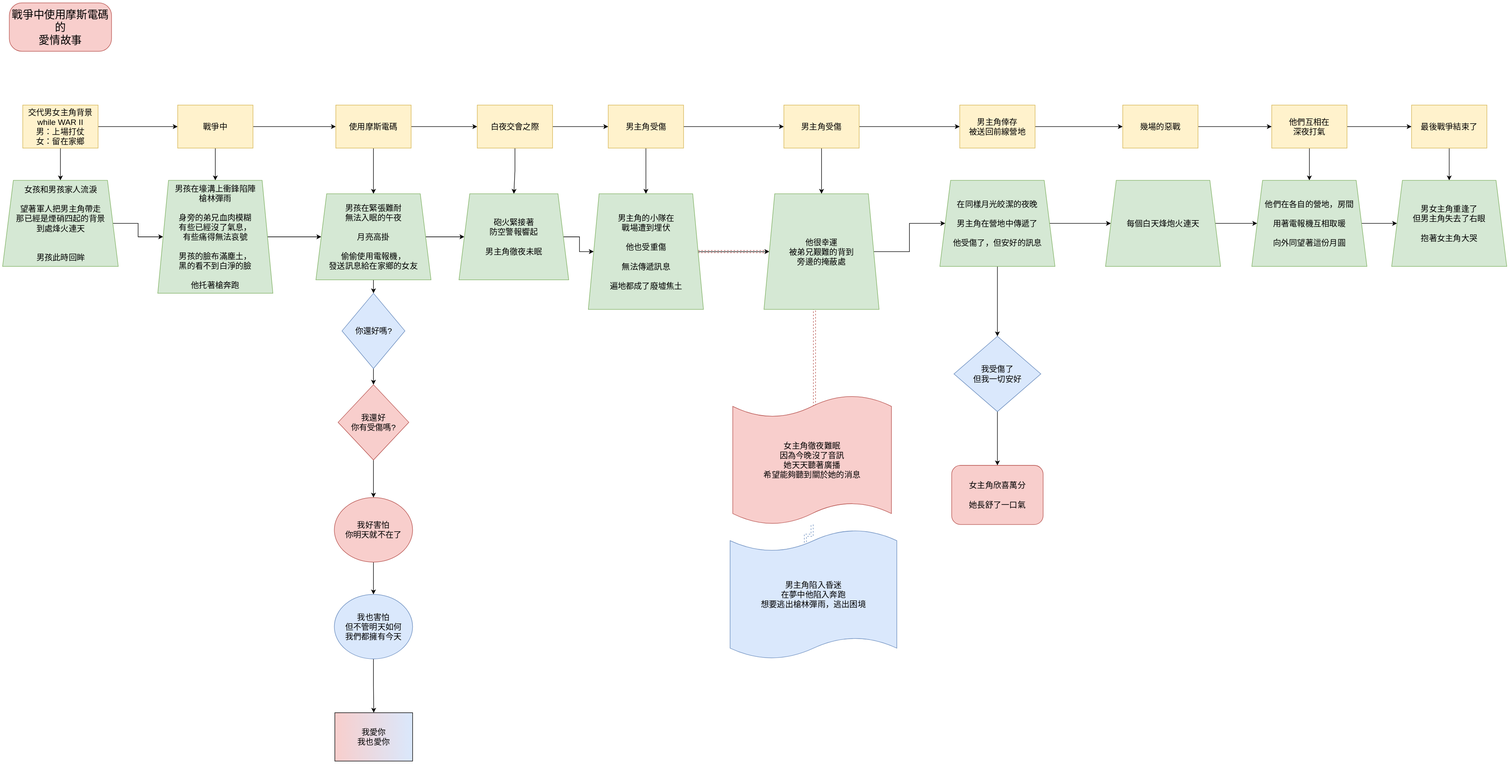
This is docs/class/wen/Story/embed.svg from bridgerhung/wiki_NYUST, a draw.io export, as it was before one commit. Source tidied: cells renumbered, new cells last; positions are measured from the earlier drawing's top-left corner, leaving out a move shared by most shapes.
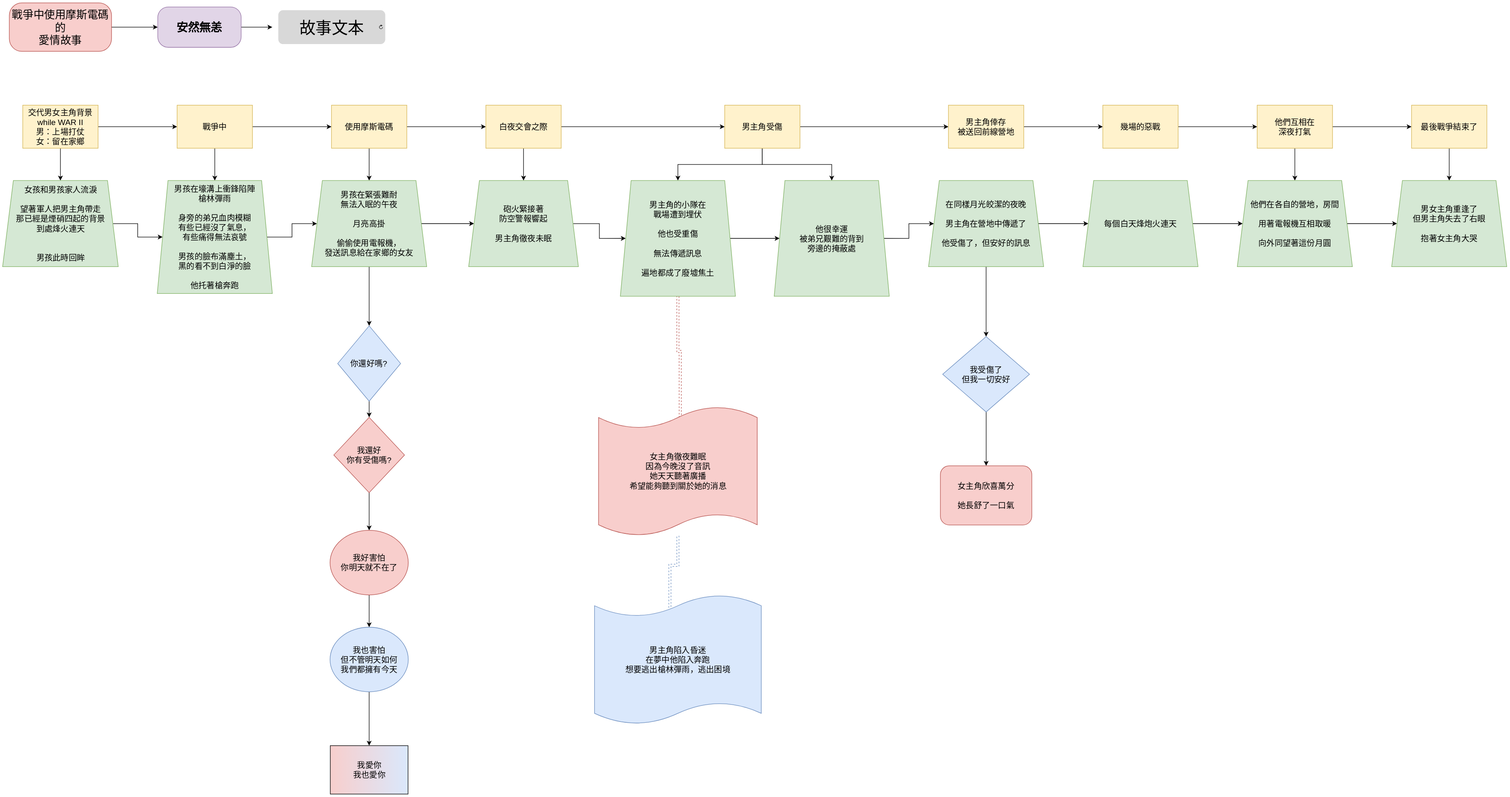
After the commit.

Diff of the diagram source:
```diff
@@ -2,6 +2,9 @@
   <root>
     <mxCell id="0" />
     <mxCell id="1" parent="0" />
+    <mxCell id="67" style="edgeStyle=orthogonalEdgeStyle;rounded=0;jettySize=auto;html=1;" parent="1" edge="1" source="2" target="71">
+      <mxGeometry relative="1" as="geometry" />
+    </mxCell>
     <mxCell id="2" value="&lt;font style=&quot;font-size: 20px;&quot;&gt;戰爭中使用摩斯電碼的&lt;br&gt;愛情故事&lt;/font&gt;" style="rounded=1;whiteSpace=wrap;html=1;fillColor=#f8cecc;strokeColor=#b85450;arcSize=26;" parent="1" vertex="1">
       <mxGeometry x="12" width="190" height="90" as="geometry" />
     </mxCell>
@@ -27,13 +30,13 @@
       <mxGeometry relative="1" as="geometry" />
     </mxCell>
     <mxCell id="10" value="戰爭中" style="rounded=0;whiteSpace=wrap;html=1;fillColor=#fff2cc;strokeColor=#d6b656;fontSize=15;" parent="1" vertex="1">
-      <mxGeometry x="325" y="190" width="140" height="80" as="geometry" />
+      <mxGeometry x="324" y="190" width="140" height="80" as="geometry" />
     </mxCell>
     <mxCell id="11" style="edgeStyle=orthogonalEdgeStyle;rounded=0;jettySize=auto;html=1;" parent="1" edge="1" source="12" target="18">
       <mxGeometry relative="1" as="geometry" />
     </mxCell>
     <mxCell id="12" value="男孩在壕溝上衝鋒陷陣&lt;br style=&quot;border-color: var(--border-color);&quot;&gt;槍林彈雨&lt;br&gt;&lt;br&gt;身旁的弟兄血肉模糊&lt;br&gt;有些已經沒了氣息，&lt;br&gt;有些痛得無法哀號&lt;br&gt;&lt;br&gt;男孩的臉布滿塵土，&lt;br&gt;黑的看不到白淨的臉&lt;br&gt;&lt;br&gt;他托著槍奔跑" style="shape=trapezoid;perimeter=trapezoidPerimeter;whiteSpace=wrap;html=1;fixedSize=1;fontSize=15;fillColor=#d5e8d4;strokeColor=#82b366;rounded=0;" parent="1" vertex="1">
-      <mxGeometry x="288" y="330" width="214" height="210" as="geometry" />
+      <mxGeometry x="287" y="330" width="214" height="210" as="geometry" />
     </mxCell>
     <mxCell id="13" style="edgeStyle=orthogonalEdgeStyle;rounded=0;jettySize=auto;html=1;entryX=0.5;entryY=0;entryDx=0;entryDy=0;" parent="1" edge="1" source="15" target="18">
       <mxGeometry relative="1" as="geometry" />
@@ -42,7 +45,7 @@
       <mxGeometry relative="1" as="geometry" />
     </mxCell>
     <mxCell id="15" value="使用摩斯電碼" style="rounded=0;whiteSpace=wrap;html=1;fillColor=#fff2cc;strokeColor=#d6b656;fontSize=15;" parent="1" vertex="1">
-      <mxGeometry x="619" y="190" width="140" height="80" as="geometry" />
+      <mxGeometry x="611" y="190" width="140" height="80" as="geometry" />
     </mxCell>
     <mxCell id="16" style="edgeStyle=orthogonalEdgeStyle;rounded=0;jettySize=auto;html=1;" parent="1" edge="1" source="18" target="20">
       <mxGeometry relative="1" as="geometry" />
@@ -51,43 +54,46 @@
       <mxGeometry relative="1" as="geometry" />
     </mxCell>
     <mxCell id="18" value="男孩在緊張難耐&lt;br&gt;無法入眠的午夜&lt;br&gt;&lt;br&gt;月亮高掛&lt;br&gt;&lt;br&gt;偷偷使用電報機，&lt;br&gt;發送訊息給在家鄉的女友" style="shape=trapezoid;perimeter=trapezoidPerimeter;whiteSpace=wrap;html=1;fixedSize=1;fontSize=15;fillColor=#d5e8d4;strokeColor=#82b366;rounded=0;" parent="1" vertex="1">
-      <mxGeometry x="582" y="355" width="214" height="160" as="geometry" />
+      <mxGeometry x="574" y="330" width="214" height="160" as="geometry" />
     </mxCell>
     <mxCell id="19" style="edgeStyle=orthogonalEdgeStyle;rounded=0;jettySize=auto;html=1;" parent="1" edge="1" source="20" target="22">
       <mxGeometry relative="1" as="geometry" />
     </mxCell>
     <mxCell id="20" value="你還好嗎?" style="rhombus;whiteSpace=wrap;html=1;fontSize=15;fillColor=#dae8fc;strokeColor=#6c8ebf;rounded=0;" parent="1" vertex="1">
-      <mxGeometry x="630.5" y="540" width="117" height="140" as="geometry" />
+      <mxGeometry x="622.5" y="600" width="117" height="140" as="geometry" />
     </mxCell>
     <mxCell id="21" style="edgeStyle=orthogonalEdgeStyle;rounded=0;jettySize=auto;html=1;entryX=0.5;entryY=0;entryDx=0;entryDy=0;" parent="1" edge="1" source="22" target="24">
       <mxGeometry relative="1" as="geometry" />
     </mxCell>
     <mxCell id="22" value="我還好&lt;br&gt;你有受傷嗎?" style="rhombus;whiteSpace=wrap;html=1;fontSize=15;fillColor=#f8cecc;strokeColor=#b85450;rounded=0;" parent="1" vertex="1">
-      <mxGeometry x="623.2" y="710" width="131.5" height="140" as="geometry" />
+      <mxGeometry x="615.2" y="770" width="131.5" height="140" as="geometry" />
     </mxCell>
     <mxCell id="23" style="edgeStyle=orthogonalEdgeStyle;rounded=0;jettySize=auto;html=1;" parent="1" edge="1" source="24" target="26">
       <mxGeometry relative="1" as="geometry" />
     </mxCell>
     <mxCell id="24" value="我好害怕&lt;br&gt;你明天就不在了" style="ellipse;whiteSpace=wrap;html=1;fontSize=15;fillColor=#f8cecc;strokeColor=#b85450;rounded=0;" parent="1" vertex="1">
-      <mxGeometry x="616.2" y="920" width="145.5" height="120" as="geometry" />
+      <mxGeometry x="608.2" y="980" width="145.5" height="120" as="geometry" />
     </mxCell>
     <mxCell id="25" style="edgeStyle=orthogonalEdgeStyle;rounded=0;jettySize=auto;html=1;" parent="1" edge="1" source="26" target="27">
       <mxGeometry relative="1" as="geometry" />
     </mxCell>
     <mxCell id="26" value="我也害怕&lt;br&gt;但不管明天如何&lt;br&gt;我們都擁有今天" style="ellipse;whiteSpace=wrap;html=1;fontSize=15;fillColor=#dae8fc;strokeColor=#6c8ebf;rounded=0;" parent="1" vertex="1">
-      <mxGeometry x="616.2" y="1100" width="145.5" height="120" as="geometry" />
+      <mxGeometry x="608.2" y="1160" width="145.5" height="120" as="geometry" />
     </mxCell>
     <mxCell id="27" value="我愛你&lt;br&gt;我也愛你" style="whiteSpace=wrap;html=1;fontSize=15;fillColor=#F8CECC;strokeColor=default;rounded=0;gradientColor=#DAE8FC;gradientDirection=east;" parent="1" vertex="1">
-      <mxGeometry x="617.2" y="1320" width="144.5" height="90" as="geometry" />
+      <mxGeometry x="608.8" y="1380" width="144.5" height="90" as="geometry" />
     </mxCell>
     <mxCell id="28" style="edgeStyle=orthogonalEdgeStyle;rounded=0;jettySize=auto;html=1;entryX=0.5;entryY=0;entryDx=0;entryDy=0;" parent="1" edge="1" source="30" target="33">
       <mxGeometry relative="1" as="geometry" />
     </mxCell>
-    <mxCell id="29" style="edgeStyle=orthogonalEdgeStyle;rounded=0;jettySize=auto;html=1;" parent="1" edge="1" source="30" target="60">
-      <mxGeometry relative="1" as="geometry" />
-    </mxCell>
+    <mxCell id="68" style="edgeStyle=orthogonalEdgeStyle;rounded=0;jettySize=auto;html=1;" parent="1" edge="1" source="30" target="38">
+      <mxGeometry relative="1" as="geometry" />
+    </mxCell>
+    <mxCell id="69" style="edgeStyle=orthogonalEdgeStyle;rounded=0;jettySize=auto;html=1;entryX=0.5;entryY=0;entryDx=0;entryDy=0;" parent="1" edge="1" source="30" target="62">
+      <mxGeometry relative="1" as="geometry" />
+    </mxCell>
     <mxCell id="30" value="男主角受傷" style="rounded=0;whiteSpace=wrap;html=1;fillColor=#fff2cc;strokeColor=#d6b656;fontSize=15;" parent="1" vertex="1">
-      <mxGeometry x="1125.5" y="190" width="140" height="80" as="geometry" />
+      <mxGeometry x="1342" y="190" width="140" height="80" as="geometry" />
     </mxCell>
     <mxCell id="31" style="edgeStyle=orthogonalEdgeStyle;jettySize=auto;html=1;rounded=0;shape=link;dashed=1;entryX=0.515;entryY=0.186;entryDx=0;entryDy=0;entryPerimeter=0;fillColor=#f8cecc;strokeColor=#b85450;" parent="1" edge="1" source="33" target="35">
       <mxGeometry relative="1" as="geometry" />
@@ -96,22 +102,22 @@
       <mxGeometry relative="1" as="geometry" />
     </mxCell>
     <mxCell id="33" value="男主角的小隊在&lt;br&gt;戰場遭到埋伏&lt;br&gt;&lt;br&gt;他也受重傷&lt;br&gt;&lt;br&gt;無法傳遞訊息&lt;br&gt;&lt;br&gt;遍地都成了廢墟焦土" style="shape=trapezoid;perimeter=trapezoidPerimeter;whiteSpace=wrap;html=1;fixedSize=1;fontSize=15;fillColor=#d5e8d4;strokeColor=#82b366;rounded=0;" parent="1" vertex="1">
-      <mxGeometry x="1088.5" y="355" width="214" height="215" as="geometry" />
+      <mxGeometry x="1148" y="330" width="214" height="215" as="geometry" />
     </mxCell>
     <mxCell id="34" style="edgeStyle=orthogonalEdgeStyle;rounded=0;jettySize=auto;html=1;entryX=0.452;entryY=0.249;entryDx=0;entryDy=0;entryPerimeter=0;shape=link;dashed=1;fillColor=#dae8fc;strokeColor=#6c8ebf;" parent="1" edge="1" source="35" target="36">
       <mxGeometry relative="1" as="geometry" />
     </mxCell>
     <mxCell id="35" value="女主角徹夜難眠&lt;br&gt;因為今晚沒了音訊&lt;br&gt;她天天聽著廣播&lt;br&gt;希望能夠聽到關於她的消息" style="shape=tape;whiteSpace=wrap;html=1;fillColor=#f8cecc;strokeColor=#b85450;fontSize=15;size=0.1694915254237288;" parent="1" vertex="1">
-      <mxGeometry x="1357" y="730" width="295" height="240" as="geometry" />
+      <mxGeometry x="1107.5" y="750" width="295" height="240" as="geometry" />
     </mxCell>
     <mxCell id="36" value="男主角陷入昏迷&lt;br&gt;在夢中他陷入奔跑&lt;br&gt;想要逃出槍林彈雨，逃出困境" style="shape=tape;whiteSpace=wrap;html=1;fillColor=#dae8fc;strokeColor=#6c8ebf;fontSize=15;size=0.16666666666666857;" parent="1" vertex="1">
-      <mxGeometry x="1352" y="980" width="310" height="240" as="geometry" />
+      <mxGeometry x="1100" y="1100" width="310" height="240" as="geometry" />
     </mxCell>
     <mxCell id="37" style="edgeStyle=orthogonalEdgeStyle;rounded=0;jettySize=auto;html=1;" parent="1" edge="1" source="38" target="64">
       <mxGeometry relative="1" as="geometry" />
     </mxCell>
     <mxCell id="38" value="男主角倖存&lt;br&gt;被送回前線營地" style="rounded=0;whiteSpace=wrap;html=1;fillColor=#fff2cc;strokeColor=#d6b656;fontSize=15;" parent="1" vertex="1">
-      <mxGeometry x="1779" y="190" width="140" height="80" as="geometry" />
+      <mxGeometry x="1758" y="190" width="140" height="80" as="geometry" />
     </mxCell>
     <mxCell id="39" style="edgeStyle=orthogonalEdgeStyle;rounded=0;jettySize=auto;html=1;entryX=0.5;entryY=0;entryDx=0;entryDy=0;" parent="1" edge="1" source="41" target="44">
       <mxGeometry relative="1" as="geometry" />
@@ -120,16 +126,16 @@
       <mxGeometry relative="1" as="geometry" />
     </mxCell>
     <mxCell id="41" value="在同樣月光皎潔的夜晚&lt;br&gt;&lt;br&gt;男主角在營地中傳遞了&lt;br&gt;&lt;br&gt;他受傷了，但安好的訊息" style="shape=trapezoid;perimeter=trapezoidPerimeter;whiteSpace=wrap;html=1;fixedSize=1;fontSize=15;fillColor=#d5e8d4;strokeColor=#82b366;rounded=0;" parent="1" vertex="1">
-      <mxGeometry x="1742" y="330" width="214" height="160" as="geometry" />
+      <mxGeometry x="1721" y="330" width="214" height="160" as="geometry" />
     </mxCell>
     <mxCell id="42" value="女主角欣喜萬分&lt;br&gt;&lt;br&gt;她長舒了一口氣" style="rounded=1;whiteSpace=wrap;html=1;fillColor=#f8cecc;strokeColor=#b85450;fontSize=15;" parent="1" vertex="1">
-      <mxGeometry x="1764" y="860" width="170" height="110" as="geometry" />
+      <mxGeometry x="1743" y="860" width="170" height="110" as="geometry" />
     </mxCell>
     <mxCell id="43" style="edgeStyle=orthogonalEdgeStyle;rounded=0;jettySize=auto;html=1;" parent="1" edge="1" source="44" target="42">
       <mxGeometry relative="1" as="geometry" />
     </mxCell>
     <mxCell id="44" value="我受傷了&lt;br&gt;但我一切安好" style="rhombus;whiteSpace=wrap;html=1;fontSize=15;fillColor=#dae8fc;strokeColor=#6c8ebf;rounded=0;" parent="1" vertex="1">
-      <mxGeometry x="1768.2" y="620" width="161.5" height="140" as="geometry" />
+      <mxGeometry x="1747.2" y="620" width="161.5" height="140" as="geometry" />
     </mxCell>
     <mxCell id="45" style="edgeStyle=orthogonalEdgeStyle;rounded=0;jettySize=auto;html=1;entryX=0.5;entryY=0;entryDx=0;entryDy=0;" parent="1" edge="1" source="47" target="49">
       <mxGeometry relative="1" as="geometry" />
@@ -138,13 +144,13 @@
       <mxGeometry relative="1" as="geometry" />
     </mxCell>
     <mxCell id="47" value="他們互相在&lt;br&gt;深夜打氣" style="rounded=0;whiteSpace=wrap;html=1;fillColor=#fff2cc;strokeColor=#d6b656;fontSize=15;" parent="1" vertex="1">
-      <mxGeometry x="2359" y="190" width="140" height="80" as="geometry" />
+      <mxGeometry x="2332" y="190" width="140" height="80" as="geometry" />
     </mxCell>
     <mxCell id="48" style="edgeStyle=orthogonalEdgeStyle;rounded=0;jettySize=auto;html=1;" parent="1" edge="1" source="49" target="52">
       <mxGeometry relative="1" as="geometry" />
     </mxCell>
     <mxCell id="49" value="他們在各自的營地，房間&lt;br&gt;&lt;br&gt;用著電報機互相取暖&lt;br&gt;&lt;br&gt;向外同望著這份月圓" style="shape=trapezoid;perimeter=trapezoidPerimeter;whiteSpace=wrap;html=1;fixedSize=1;fontSize=15;fillColor=#d5e8d4;strokeColor=#82b366;rounded=0;" parent="1" vertex="1">
-      <mxGeometry x="2322" y="330" width="214" height="160" as="geometry" />
+      <mxGeometry x="2295" y="330" width="214" height="160" as="geometry" />
     </mxCell>
     <mxCell id="50" style="edgeStyle=orthogonalEdgeStyle;rounded=0;jettySize=auto;html=1;exitX=0.5;exitY=1;exitDx=0;exitDy=0;entryX=0.5;entryY=0;entryDx=0;entryDy=0;" parent="1" edge="1" source="51" target="52">
       <mxGeometry relative="1" as="geometry" />
@@ -162,40 +168,40 @@
       <mxGeometry relative="1" as="geometry" />
     </mxCell>
     <mxCell id="55" value="白夜交會之際" style="rounded=0;whiteSpace=wrap;html=1;fillColor=#fff2cc;strokeColor=#d6b656;fontSize=15;" parent="1" vertex="1">
-      <mxGeometry x="882" y="190" width="140" height="80" as="geometry" />
+      <mxGeometry x="898" y="190" width="140" height="80" as="geometry" />
     </mxCell>
     <mxCell id="56" style="edgeStyle=orthogonalEdgeStyle;rounded=0;jettySize=auto;html=1;entryX=0;entryY=0.5;entryDx=0;entryDy=0;" parent="1" edge="1" source="57" target="33">
       <mxGeometry relative="1" as="geometry" />
     </mxCell>
     <mxCell id="57" value="砲火緊接著&lt;br&gt;防空警報響起&lt;br&gt;&lt;br&gt;男主角徹夜未眠" style="shape=trapezoid;perimeter=trapezoidPerimeter;whiteSpace=wrap;html=1;fixedSize=1;fontSize=15;fillColor=#d5e8d4;strokeColor=#82b366;rounded=0;" parent="1" vertex="1">
-      <mxGeometry x="848" y="355" width="204" height="160" as="geometry" />
+      <mxGeometry x="866" y="330" width="204" height="160" as="geometry" />
     </mxCell>
-    <mxCell id="58" style="edgeStyle=orthogonalEdgeStyle;rounded=0;jettySize=auto;html=1;entryX=0.5;entryY=0;entryDx=0;entryDy=0;" parent="1" edge="1" source="60" target="62">
-      <mxGeometry relative="1" as="geometry" />
-    </mxCell>
-    <mxCell id="59" style="edgeStyle=orthogonalEdgeStyle;rounded=0;jettySize=auto;html=1;entryX=0;entryY=0.5;entryDx=0;entryDy=0;" parent="1" edge="1" source="60" target="38">
-      <mxGeometry relative="1" as="geometry" />
-    </mxCell>
-    <mxCell id="60" value="男主角受傷" style="rounded=0;whiteSpace=wrap;html=1;fillColor=#fff2cc;strokeColor=#d6b656;fontSize=15;" parent="1" vertex="1">
-      <mxGeometry x="1452" y="190" width="140" height="80" as="geometry" />
-    </mxCell>
     <mxCell id="61" style="edgeStyle=orthogonalEdgeStyle;rounded=0;jettySize=auto;html=1;exitX=1;exitY=0.5;exitDx=0;exitDy=0;" parent="1" edge="1" source="62" target="41">
       <mxGeometry relative="1" as="geometry" />
     </mxCell>
     <mxCell id="62" value="他很幸運&lt;br&gt;被弟兄艱難的背到&lt;br&gt;旁邊的掩蔽處" style="shape=trapezoid;perimeter=trapezoidPerimeter;whiteSpace=wrap;html=1;fixedSize=1;fontSize=15;fillColor=#d5e8d4;strokeColor=#82b366;rounded=0;" parent="1" vertex="1">
-      <mxGeometry x="1415" y="355" width="214" height="215" as="geometry" />
+      <mxGeometry x="1434" y="330" width="214" height="215" as="geometry" />
     </mxCell>
     <mxCell id="63" style="edgeStyle=orthogonalEdgeStyle;rounded=0;jettySize=auto;html=1;" parent="1" edge="1" source="64" target="47">
       <mxGeometry relative="1" as="geometry" />
     </mxCell>
     <mxCell id="64" value="幾場的惡戰" style="rounded=0;whiteSpace=wrap;html=1;fillColor=#fff2cc;strokeColor=#d6b656;fontSize=15;" parent="1" vertex="1">
-      <mxGeometry x="2082" y="190" width="140" height="80" as="geometry" />
+      <mxGeometry x="2045" y="190" width="140" height="80" as="geometry" />
     </mxCell>
     <mxCell id="65" style="edgeStyle=orthogonalEdgeStyle;rounded=0;jettySize=auto;html=1;" parent="1" edge="1" source="66" target="49">
       <mxGeometry relative="1" as="geometry" />
     </mxCell>
     <mxCell id="66" value="每個白天烽炮火連天" style="shape=trapezoid;perimeter=trapezoidPerimeter;whiteSpace=wrap;html=1;fixedSize=1;fontSize=15;fillColor=#d5e8d4;strokeColor=#82b366;rounded=0;" parent="1" vertex="1">
-      <mxGeometry x="2050" y="330" width="214" height="160" as="geometry" />
+      <mxGeometry x="2008" y="330" width="214" height="160" as="geometry" />
     </mxCell>
+    <mxCell id="70" style="edgeStyle=orthogonalEdgeStyle;rounded=0;jettySize=auto;html=1;exitX=1;exitY=0.5;exitDx=0;exitDy=0;" parent="1" edge="1" source="71" target="72">
+      <mxGeometry relative="1" as="geometry" />
+    </mxCell>
+    <mxCell id="71" value="&lt;h1&gt;&lt;font face=&quot;Tahoma&quot; style=&quot;font-size: 21px;&quot;&gt;&lt;b&gt;安然無恙&lt;/b&gt;&lt;/font&gt;&lt;/h1&gt;" style="whiteSpace=wrap;html=1;fillColor=#e1d5e7;strokeColor=#9673a6;rounded=1;arcSize=26;" parent="1" vertex="1">
+      <mxGeometry x="288" y="7.5" width="155" height="75" as="geometry" />
+    </mxCell>
+    <mxCell id="72" value="&lt;a href=&quot;https://wiki.brid.gq/class/wen/Story/Love_story_V1&quot;&gt;&lt;font style=&quot;font-size: 30px;&quot;&gt;故事文本&lt;/font&gt;&lt;/a&gt;" style="html=1;strokeWidth=1;shadow=0;dashed=0;shape=mxgraph.ios7ui.url;buttonText=;strokeColor2=#222222;fontSize=8;spacingTop=2;align=center;whiteSpace=wrap;" parent="1" vertex="1">
+      <mxGeometry x="501" width="221" height="90" as="geometry" />
+    </mxCell>
   </root>
 </mxGraphModel>
```
